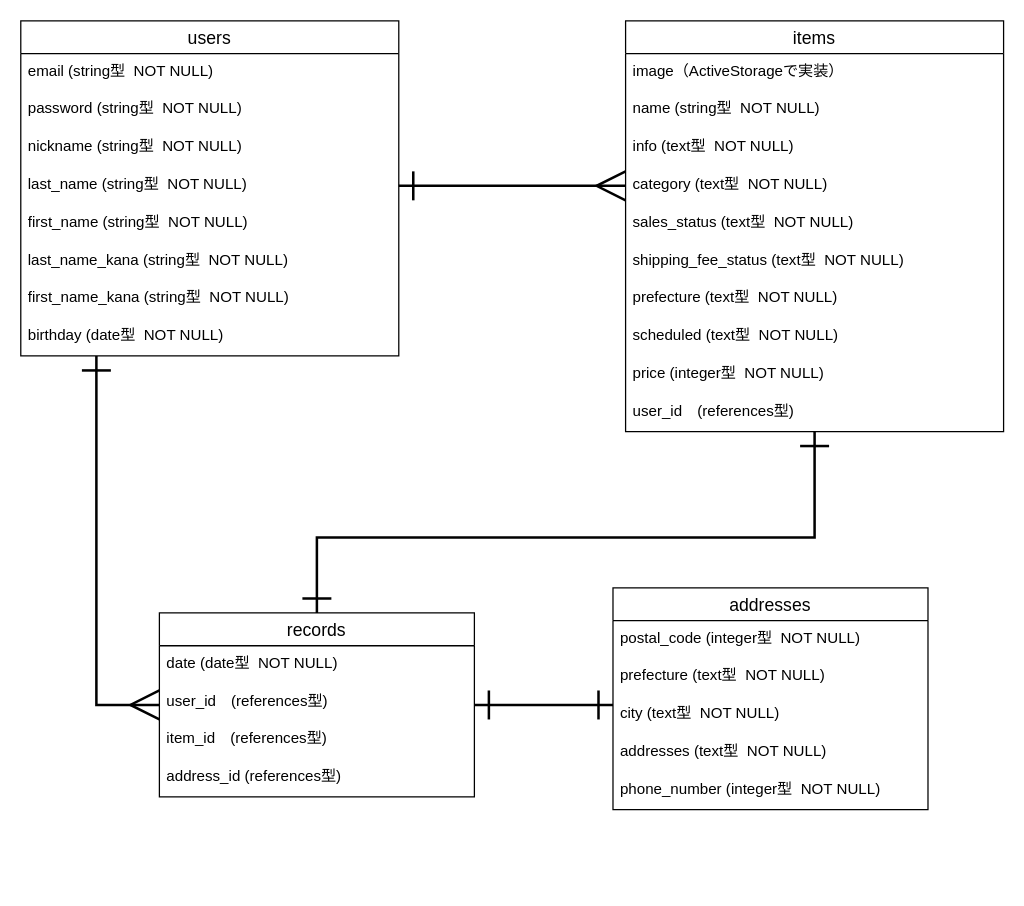
Earlier version of the draw.io diagram furima.dio (tano-taka/furima-34841). Source tidied: cells renumbered, new cells numbered last; positions are measured from the earlier drawing's top-left corner, leaving out a move shared by most shapes. Both pictures are drawn from the tidied source at 126%, with x=0, y=0 at pixel (20, 20).
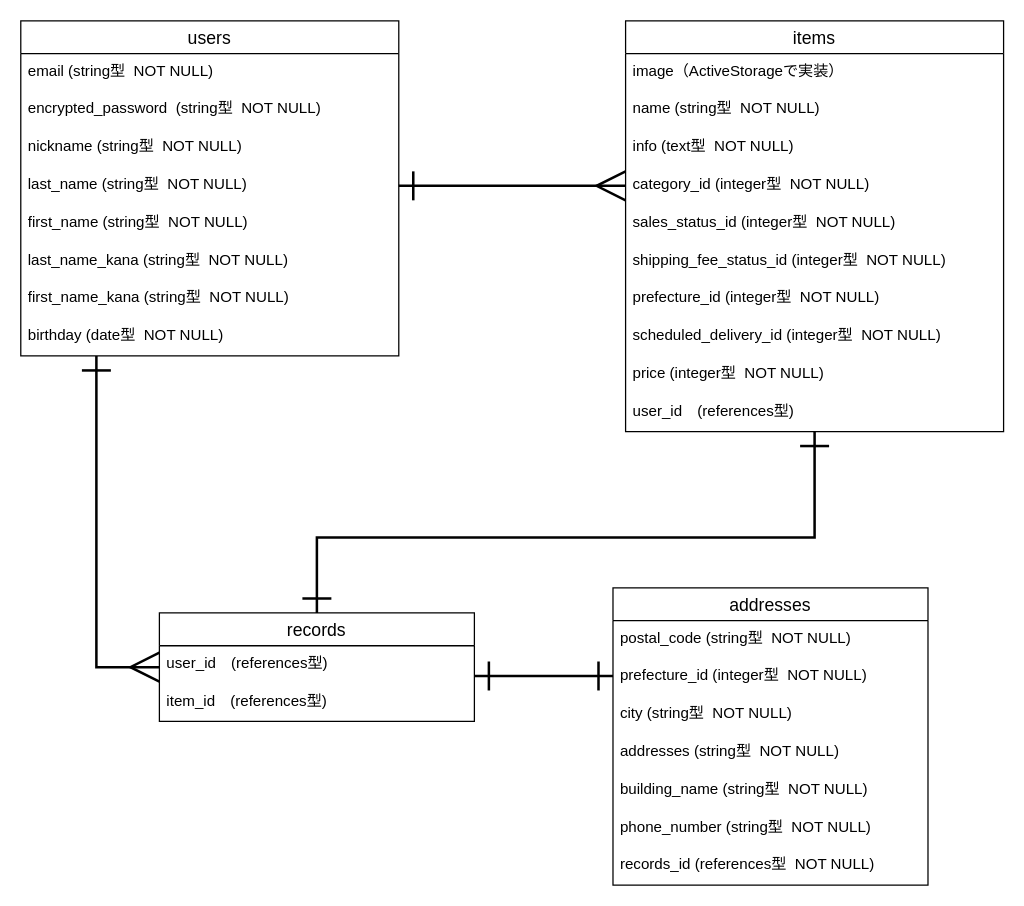
Above is the later version.

Commit message (it also covers changes not shown here):
データベース設計(修正)

Unchanged cells that the change refers to:
```xml
<mxCell id="2" value="users" style="swimlane;fontStyle=0;horizontal=1;startSize=26;align=center;fontSize=14;" parent="1" vertex="1">
  <mxGeometry width="300" height="266" as="geometry" />
</mxCell>
<mxCell id="12" value="items" style="swimlane;fontStyle=0;horizontal=1;startSize=26;align=center;fontSize=14;" parent="1" vertex="1">
  <mxGeometry x="480" width="300" height="326" as="geometry" />
</mxCell>
```

The edit, as a diff of the source:
```diff
@@
-    <mxCell id="4" value="password (string型  NOT NULL)" style="text;strokeColor=none;fillColor=none;spacingLeft=4;spacingRight=4;overflow=hidden;fontSize=12;" parent="2" vertex="1">
+    <mxCell id="4" value="encrypted_password  (string型  NOT NULL)" style="text;strokeColor=none;fillColor=none;spacingLeft=4;spacingRight=4;overflow=hidden;fontSize=12;" parent="2" vertex="1">
       <mxGeometry y="56" width="300" height="30" as="geometry" />
     </mxCell>
@@
-    <mxCell id="16" value="category (text型  NOT NULL)" style="text;strokeColor=none;spacingLeft=4;spacingRight=4;overflow=hidden;points=[[0,0.5],[1,0.5]];portConstraint=eastwest;fontSize=12;" parent="12" vertex="1">
+    <mxCell id="16" value="category_id (integer型  NOT NULL)" style="text;strokeColor=none;spacingLeft=4;spacingRight=4;overflow=hidden;points=[[0,0.5],[1,0.5]];portConstraint=eastwest;fontSize=12;" parent="12" vertex="1">
       <mxGeometry y="116" width="300" height="30" as="geometry" />
     </mxCell>
-    <mxCell id="17" value="sales_status (text型  NOT NULL)" style="text;strokeColor=none;spacingLeft=4;spacingRight=4;overflow=hidden;fontSize=12;" parent="12" vertex="1">
+    <mxCell id="17" value="sales_status_id (integer型  NOT NULL)" style="text;strokeColor=none;spacingLeft=4;spacingRight=4;overflow=hidden;fontSize=12;" parent="12" vertex="1">
       <mxGeometry y="146" width="300" height="30" as="geometry" />
     </mxCell>
-    <mxCell id="18" value="shipping_fee_status (text型  NOT NULL)" style="text;strokeColor=none;spacingLeft=4;spacingRight=4;overflow=hidden;fontSize=12;" parent="12" vertex="1">
+    <mxCell id="18" value="shipping_fee_status_id (integer型  NOT NULL)" style="text;strokeColor=none;spacingLeft=4;spacingRight=4;overflow=hidden;fontSize=12;" parent="12" vertex="1">
       <mxGeometry y="176" width="300" height="30" as="geometry" />
     </mxCell>
-    <mxCell id="19" value="prefecture (text型  NOT NULL)" style="text;strokeColor=none;spacingLeft=4;spacingRight=4;overflow=hidden;fontSize=12;" parent="12" vertex="1">
+    <mxCell id="19" value="prefecture_id (integer型  NOT NULL)" style="text;strokeColor=none;spacingLeft=4;spacingRight=4;overflow=hidden;fontSize=12;" parent="12" vertex="1">
       <mxGeometry y="206" width="300" height="30" as="geometry" />
     </mxCell>
-    <mxCell id="20" value="scheduled (text型  NOT NULL)" style="text;strokeColor=none;spacingLeft=4;spacingRight=4;overflow=hidden;fontSize=12;" parent="12" vertex="1">
+    <mxCell id="20" value="scheduled_delivery_id (integer型  NOT NULL)" style="text;strokeColor=none;spacingLeft=4;spacingRight=4;overflow=hidden;fontSize=12;" parent="12" vertex="1">
       <mxGeometry y="236" width="300" height="30" as="geometry" />
     </mxCell>
@@
     <mxCell id="23" value="records" style="swimlane;fontStyle=0;horizontal=1;startSize=26;align=center;fontSize=14;" parent="1" vertex="1">
-      <mxGeometry x="110" y="470" width="250" height="146" as="geometry" />
+      <mxGeometry x="110" y="470" width="250" height="86" as="geometry" />
     </mxCell>
-    <mxCell id="24" value="date (date型  NOT NULL)" style="text;strokeColor=none;fillColor=none;spacingLeft=4;spacingRight=4;overflow=hidden;fontSize=12;" parent="23" vertex="1">
-      <mxGeometry y="26" width="250" height="30" as="geometry" />
-    </mxCell>
     <mxCell id="25" value="user_id　(references型)" style="text;strokeColor=none;fillColor=none;spacingLeft=4;spacingRight=4;overflow=hidden;fontSize=12;" parent="23" vertex="1">
-      <mxGeometry y="56" width="250" height="30" as="geometry" />
+      <mxGeometry y="26" width="250" height="30" as="geometry" />
     </mxCell>
     <mxCell id="26" value="item_id　(references型)" style="text;strokeColor=none;fillColor=none;spacingLeft=4;spacingRight=4;overflow=hidden;fontSize=12;" parent="23" vertex="1">
-      <mxGeometry y="86" width="250" height="30" as="geometry" />
+      <mxGeometry y="56" width="250" height="30" as="geometry" />
     </mxCell>
-    <mxCell id="27" value="address_id (references型)" style="text;strokeColor=none;fillColor=none;spacingLeft=4;spacingRight=4;overflow=hidden;fontSize=12;" parent="23" vertex="1">
-      <mxGeometry y="116" width="250" height="30" as="geometry" />
-    </mxCell>
@@
     <mxCell id="29" value="addresses" style="swimlane;fontStyle=0;horizontal=1;startSize=26;align=center;fontSize=14;" parent="1" vertex="1">
-      <mxGeometry x="470" y="450" width="250" height="176" as="geometry" />
+      <mxGeometry x="470" y="450" width="250" height="236" as="geometry" />
     </mxCell>
-    <mxCell id="30" value="postal_code (integer型  NOT NULL)" style="text;strokeColor=none;fillColor=none;spacingLeft=4;spacingRight=4;overflow=hidden;fontSize=12;" parent="29" vertex="1">
+    <mxCell id="30" value="postal_code (string型  NOT NULL)" style="text;strokeColor=none;fillColor=none;spacingLeft=4;spacingRight=4;overflow=hidden;fontSize=12;" parent="29" vertex="1">
       <mxGeometry y="26" width="250" height="30" as="geometry" />
     </mxCell>
-    <mxCell id="31" value="prefecture (text型  NOT NULL)" style="text;strokeColor=none;fillColor=none;spacingLeft=4;spacingRight=4;overflow=hidden;fontSize=12;" parent="29" vertex="1">
+    <mxCell id="31" value="prefecture_id (integer型  NOT NULL)" style="text;strokeColor=none;fillColor=none;spacingLeft=4;spacingRight=4;overflow=hidden;fontSize=12;" parent="29" vertex="1">
       <mxGeometry y="56" width="250" height="30" as="geometry" />
     </mxCell>
-    <mxCell id="32" value="city (text型  NOT NULL)" style="text;strokeColor=none;fillColor=none;spacingLeft=4;spacingRight=4;overflow=hidden;fontSize=12;" parent="29" vertex="1">
+    <mxCell id="32" value="city (string型  NOT NULL)" style="text;strokeColor=none;fillColor=none;spacingLeft=4;spacingRight=4;overflow=hidden;fontSize=12;" parent="29" vertex="1">
       <mxGeometry y="86" width="250" height="30" as="geometry" />
     </mxCell>
-    <mxCell id="33" value="addresses (text型  NOT NULL)" style="text;strokeColor=none;fillColor=none;spacingLeft=4;spacingRight=4;overflow=hidden;fontSize=12;" parent="29" vertex="1">
+    <mxCell id="33" value="addresses (string型  NOT NULL)" style="text;strokeColor=none;fillColor=none;spacingLeft=4;spacingRight=4;overflow=hidden;fontSize=12;" parent="29" vertex="1">
       <mxGeometry y="116" width="250" height="30" as="geometry" />
     </mxCell>
-    <mxCell id="34" value="phone_number (integer型  NOT NULL)" style="text;strokeColor=none;fillColor=none;spacingLeft=4;spacingRight=4;overflow=hidden;fontSize=12;" parent="29" vertex="1">
+    <mxCell id="34" value="building_name (string型  NOT NULL)" style="text;strokeColor=none;fillColor=none;spacingLeft=4;spacingRight=4;overflow=hidden;fontSize=12;" parent="29" vertex="1">
       <mxGeometry y="146" width="250" height="30" as="geometry" />
     </mxCell>
+    <mxCell id="37" value="phone_number (string型  NOT NULL)" style="text;strokeColor=none;fillColor=none;spacingLeft=4;spacingRight=4;overflow=hidden;fontSize=12;" parent="29" vertex="1">
+      <mxGeometry y="176" width="250" height="30" as="geometry" />
+    </mxCell>
+    <mxCell id="38" value="records_id (references型  NOT NULL)" style="text;strokeColor=none;fillColor=none;spacingLeft=4;spacingRight=4;overflow=hidden;fontSize=12;" parent="29" vertex="1">
+      <mxGeometry y="206" width="250" height="30" as="geometry" />
+    </mxCell>
     <mxCell id="35" style="edgeStyle=orthogonalEdgeStyle;rounded=0;jettySize=auto;html=1;startArrow=ERone;startFill=0;startSize=20;sourcePerimeterSpacing=0;endArrow=ERone;endFill=0;endSize=20;strokeWidth=2;" parent="1" edge="1" source="23" target="29">
       <mxGeometry relative="1" as="geometry">
         <Array as="points">
-          <mxPoint x="410" y="543" />
-          <mxPoint x="410" y="543" />
+          <mxPoint x="410" y="520" />
+          <mxPoint x="410" y="520" />
         </Array>
       </mxGeometry>
     </mxCell>
     <mxCell id="36" style="edgeStyle=orthogonalEdgeStyle;rounded=0;jettySize=auto;html=1;endArrow=ERmany;endFill=0;startArrow=ERone;startFill=0;endSize=20;startSize=20;sourcePerimeterSpacing=0;strokeWidth=2;" parent="1" edge="1" source="2" target="23">
       <mxGeometry relative="1" as="geometry">
         <Array as="points">
-          <mxPoint x="60" y="530" />
-          <mxPoint x="60" y="530" />
+          <mxPoint x="60" y="513" />
         </Array>
       </mxGeometry>
     </mxCell>
```
